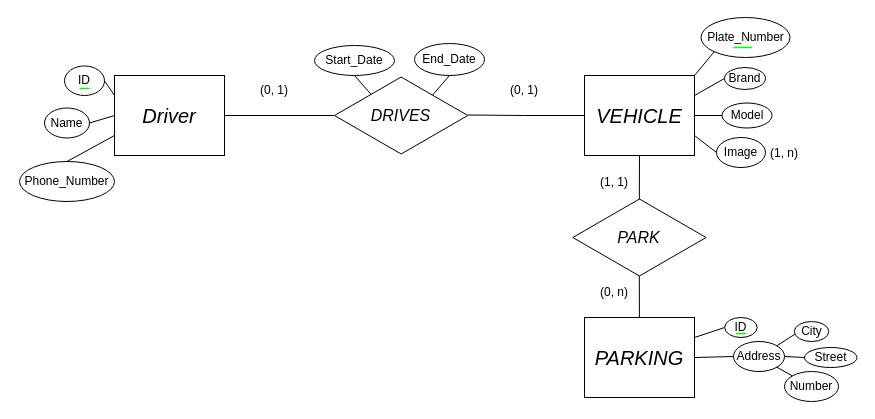
Above: Diseño de Bases de Datos Relacionales con MySQL/02 Diseño Conceptual/2do Ejercicio/Ejercicio2.drawio in D4nitrix13/DatabaseGuide (draw.io), before the change. Source tidied: cells renumbered, new cells numbered last; positions are measured from the earlier drawing's top-left corner, leaving out a move shared by most shapes. Both pictures are drawn from the tidied source at 100%, with x=0, y=0 at pixel (19, 17).
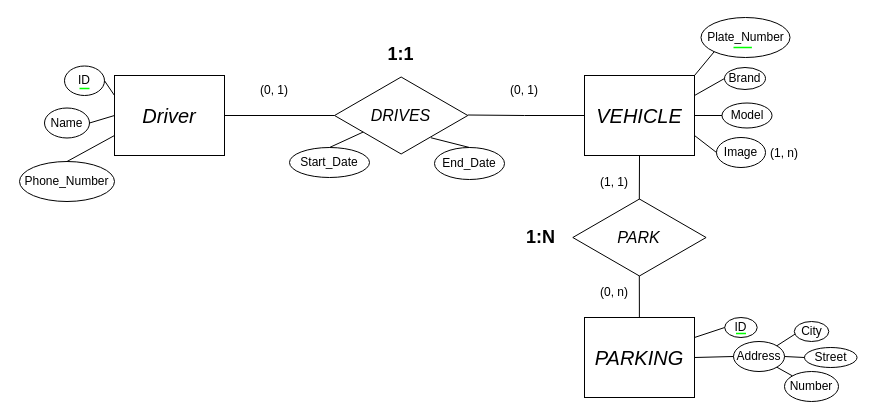
After the change.

Unchanged cells that the change refers to:
```xml
<mxCell id="7" value="&lt;span style=&quot;font-size: 16px;&quot;&gt;&lt;i&gt;DRIVES&lt;/i&gt;&lt;/span&gt;" style="html=1;whiteSpace=wrap;shape=isoRectangle;fillColor=none;" parent="1" vertex="1">
  <mxGeometry x="315" y="58" width="133.3" height="80" as="geometry" />
</mxCell>
```

Diff of the diagram source:
```diff
@@
-    <mxCell id="35" style="endArrow=none;html=1;rounded=0;entryX=0.734;entryY=0.248;entryDx=0;entryDy=0;exitX=0.5;exitY=1;exitDx=0;exitDy=0;entryPerimeter=0;" parent="1" edge="1" source="38" target="7">
+    <mxCell id="35" style="endArrow=none;html=1;rounded=0;entryX=0.723;entryY=0.778;entryDx=0;entryDy=0;exitX=0.5;exitY=0;exitDx=0;exitDy=0;entryPerimeter=0;" parent="1" edge="1" source="38" target="7">
       <mxGeometry relative="1" as="geometry" />
     </mxCell>
-    <mxCell id="36" style="endArrow=none;html=1;rounded=0;entryX=0.276;entryY=0.239;entryDx=0;entryDy=0;exitX=0.5;exitY=1;exitDx=0;exitDy=0;entryPerimeter=0;" parent="1" edge="1" source="39" target="7">
+    <mxCell id="36" style="endArrow=none;html=1;rounded=0;entryX=0.215;entryY=0.707;entryDx=0;entryDy=0;exitX=0.5;exitY=0;exitDx=0;exitDy=0;entryPerimeter=0;" parent="1" edge="1" source="39" target="7">
       <mxGeometry relative="1" as="geometry" />
     </mxCell>
@@
     <mxCell id="38" value="End_Date" style="ellipse;whiteSpace=wrap;html=1;fillColor=none;" parent="1" vertex="1">
-      <mxGeometry x="395" y="26" width="70" height="32" as="geometry" />
+      <mxGeometry x="415" y="130" width="70" height="32" as="geometry" />
     </mxCell>
     <mxCell id="39" value="Start_Date" style="ellipse;whiteSpace=wrap;html=1;fillColor=none;" parent="1" vertex="1">
-      <mxGeometry x="295" y="28" width="80" height="30" as="geometry" />
+      <mxGeometry x="270" y="130" width="80" height="30" as="geometry" />
     </mxCell>
@@
+    <mxCell id="48" value="&lt;b style=&quot;font-size: 18px;&quot;&gt;1:N&lt;/b&gt;" style="text;html=1;align=center;verticalAlign=middle;whiteSpace=wrap;rounded=0;fontSize=18;" parent="1" vertex="1">
+      <mxGeometry x="495" y="208.2" width="53.3" height="23.5" as="geometry" />
+    </mxCell>
+    <mxCell id="49" value="&lt;b style=&quot;font-size: 18px;&quot;&gt;1:1&lt;/b&gt;" style="text;html=1;align=center;verticalAlign=middle;whiteSpace=wrap;rounded=0;fontSize=18;" parent="1" vertex="1">
+      <mxGeometry x="355" y="25" width="53.3" height="23.5" as="geometry" />
+    </mxCell>
```
